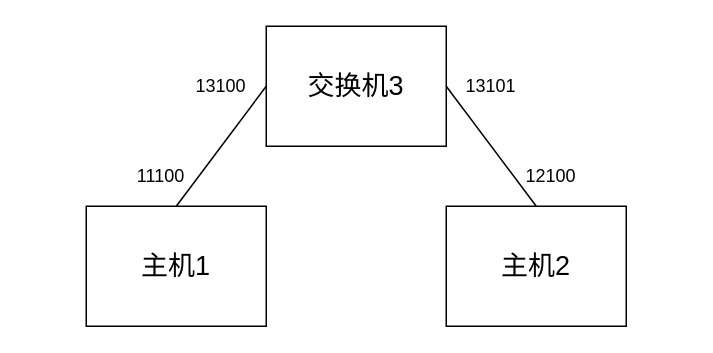
mrcaidev/computer-network-and-communication-technology keeps this draw.io diagram as Project1-MinNE-python/design/topology-3.drawio. Above is the earlier version. Source tidied: cells renumbered, new cells numbered last; positions are measured from the earlier drawing's top-left corner, leaving out a move shared by most shapes. Both pictures are drawn from the tidied source at 150%, with x=0, y=0 at pixel (86, 26).
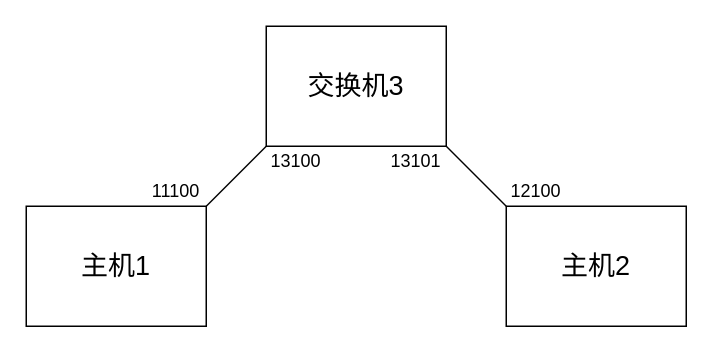
The same page after the edit.

Diff of the diagram source:
```diff
@@
 <mxGraphModel>
   <root>
     <mxCell id="0" />
     <mxCell id="1" parent="0" />
-    <mxCell id="2" style="edgeStyle=none;html=1;exitX=0;exitY=0.5;exitDx=0;exitDy=0;entryX=0.5;entryY=0;entryDx=0;entryDy=0;endArrow=none;endFill=0;" parent="1" edge="1" source="4" target="5">
+    <mxCell id="2" style="edgeStyle=none;html=1;exitX=0;exitY=1;exitDx=0;exitDy=0;entryX=1;entryY=0;entryDx=0;entryDy=0;endArrow=none;endFill=0;" parent="1" edge="1" source="4" target="5">
       <mxGeometry relative="1" as="geometry" />
     </mxCell>
-    <mxCell id="3" style="edgeStyle=none;html=1;exitX=1;exitY=0.5;exitDx=0;exitDy=0;entryX=0.5;entryY=0;entryDx=0;entryDy=0;endArrow=none;endFill=0;" parent="1" edge="1" source="4" target="6">
+    <mxCell id="3" style="edgeStyle=none;html=1;exitX=1;exitY=1;exitDx=0;exitDy=0;entryX=0;entryY=0;entryDx=0;entryDy=0;endArrow=none;endFill=0;" parent="1" edge="1" source="4" target="6">
       <mxGeometry relative="1" as="geometry" />
     </mxCell>
     <mxCell id="4" value="&lt;font style=&quot;font-size: 18px&quot;&gt;交换机3&lt;/font&gt;" style="rounded=0;whiteSpace=wrap;html=1;" parent="1" vertex="1">
       <mxGeometry x="120" width="120" height="80" as="geometry" />
     </mxCell>
     <mxCell id="5" value="&lt;font style=&quot;font-size: 18px&quot;&gt;主机1&lt;/font&gt;" style="rounded=0;whiteSpace=wrap;html=1;" parent="1" vertex="1">
-      <mxGeometry y="120" width="120" height="80" as="geometry" />
+      <mxGeometry x="-40" y="120" width="120" height="80" as="geometry" />
     </mxCell>
     <mxCell id="6" value="&lt;font style=&quot;font-size: 18px&quot;&gt;主机2&lt;/font&gt;" style="rounded=0;whiteSpace=wrap;html=1;" parent="1" vertex="1">
-      <mxGeometry x="240" y="120" width="120" height="80" as="geometry" />
+      <mxGeometry x="280" y="120" width="120" height="80" as="geometry" />
     </mxCell>
     <mxCell id="7" value="11100" style="text;html=1;strokeColor=none;fillColor=none;align=center;verticalAlign=middle;whiteSpace=wrap;rounded=0;" parent="1" vertex="1">
-      <mxGeometry x="30" y="90" width="40" height="20" as="geometry" />
+      <mxGeometry x="40" y="100" width="40" height="20" as="geometry" />
     </mxCell>
     <mxCell id="8" value="13100" style="text;html=1;strokeColor=none;fillColor=none;align=center;verticalAlign=middle;whiteSpace=wrap;rounded=0;" parent="1" vertex="1">
-      <mxGeometry x="70" y="30" width="40" height="20" as="geometry" />
+      <mxGeometry x="120" y="80" width="40" height="20" as="geometry" />
     </mxCell>
     <mxCell id="9" value="13101" style="text;html=1;strokeColor=none;fillColor=none;align=center;verticalAlign=middle;whiteSpace=wrap;rounded=0;" parent="1" vertex="1">
-      <mxGeometry x="250" y="30" width="40" height="20" as="geometry" />
+      <mxGeometry x="200" y="80" width="40" height="20" as="geometry" />
     </mxCell>
     <mxCell id="10" value="12100" style="text;html=1;strokeColor=none;fillColor=none;align=center;verticalAlign=middle;whiteSpace=wrap;rounded=0;" parent="1" vertex="1">
-      <mxGeometry x="290" y="90" width="40" height="20" as="geometry" />
+      <mxGeometry x="280" y="100" width="40" height="20" as="geometry" />
     </mxCell>
   </root>
 </mxGraphModel>
```
